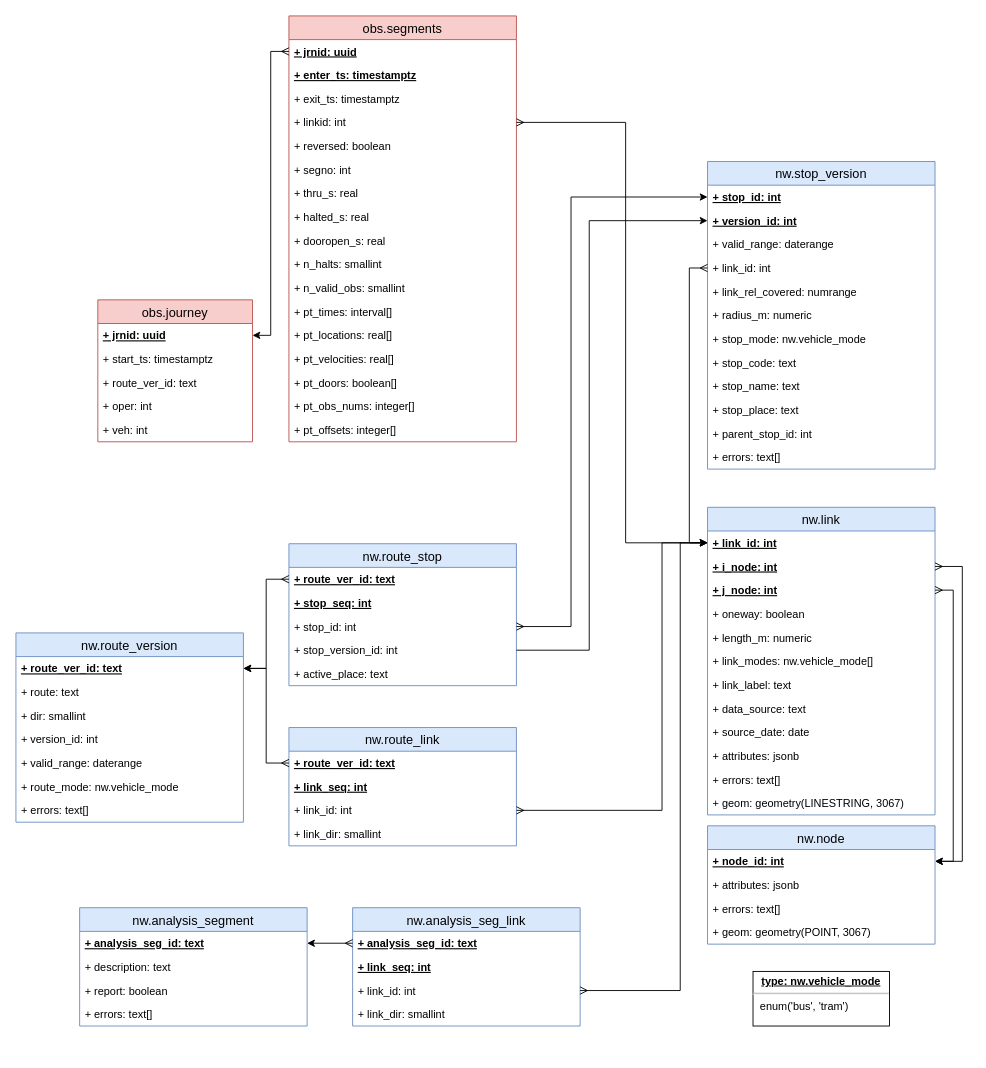
Earlier version of the draw.io diagram page "production" (1 of 5) of docs/sujuikoDB.drawio (datarttu/sujuikoDB). Source tidied: cells renumbered, new cells numbered last; positions are measured from the earlier drawing's top-left corner, leaving out a move shared by most shapes. Both pictures are drawn from the tidied source at 91%, with x=0, y=0 at pixel (15, 15).
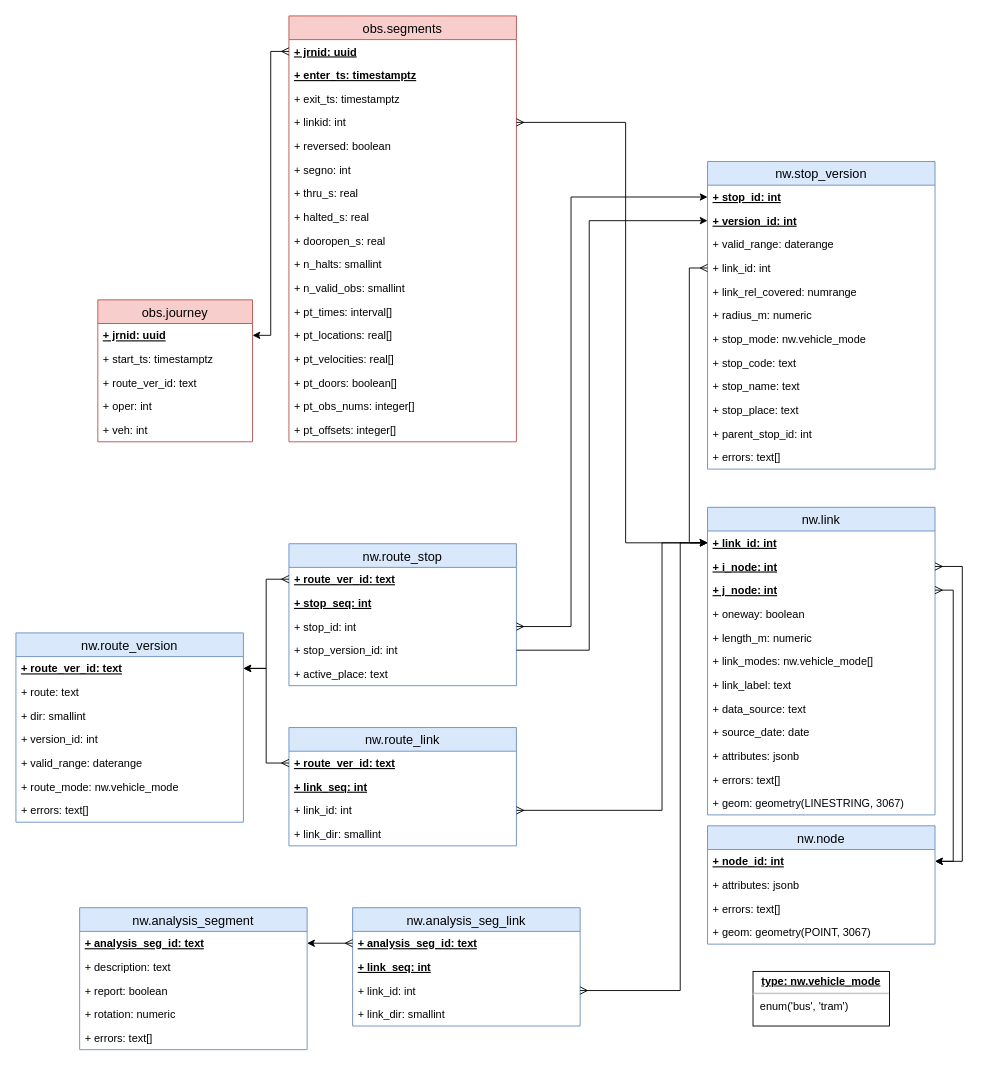
The same page after the edit.

Commit message (it also covers changes not shown here):
Add rotation field

This will be used to rotate the map view of the segment.

The edit, as a diff of the source:
```diff
@@
     <mxCell id="86" value="nw.analysis_segment" style="swimlane;fontStyle=0;horizontal=1;startSize=26;fillColor=#dae8fc;swimlaneFillColor=#ffffff;align=center;fontSize=14;strokeColor=#6c8ebf;" parent="1" vertex="1">
-      <mxGeometry x="70" y="980" width="250" height="130" as="geometry" />
+      <mxGeometry x="70" y="980" width="250" height="156" as="geometry" />
     </mxCell>
@@
+    <mxCell id="99" value="+ rotation: numeric" style="text;strokeColor=none;fillColor=none;spacingLeft=4;spacingRight=4;overflow=hidden;fontSize=12;" parent="86" vertex="1">
+      <mxGeometry y="104" width="250" height="26" as="geometry" />
+    </mxCell>
     <mxCell id="90" value="+ errors: text[]" style="text;strokeColor=none;fillColor=none;spacingLeft=4;spacingRight=4;overflow=hidden;fontSize=12;" parent="86" vertex="1">
-      <mxGeometry y="104" width="250" height="26" as="geometry" />
+      <mxGeometry y="130" width="250" height="26" as="geometry" />
     </mxCell>
```
